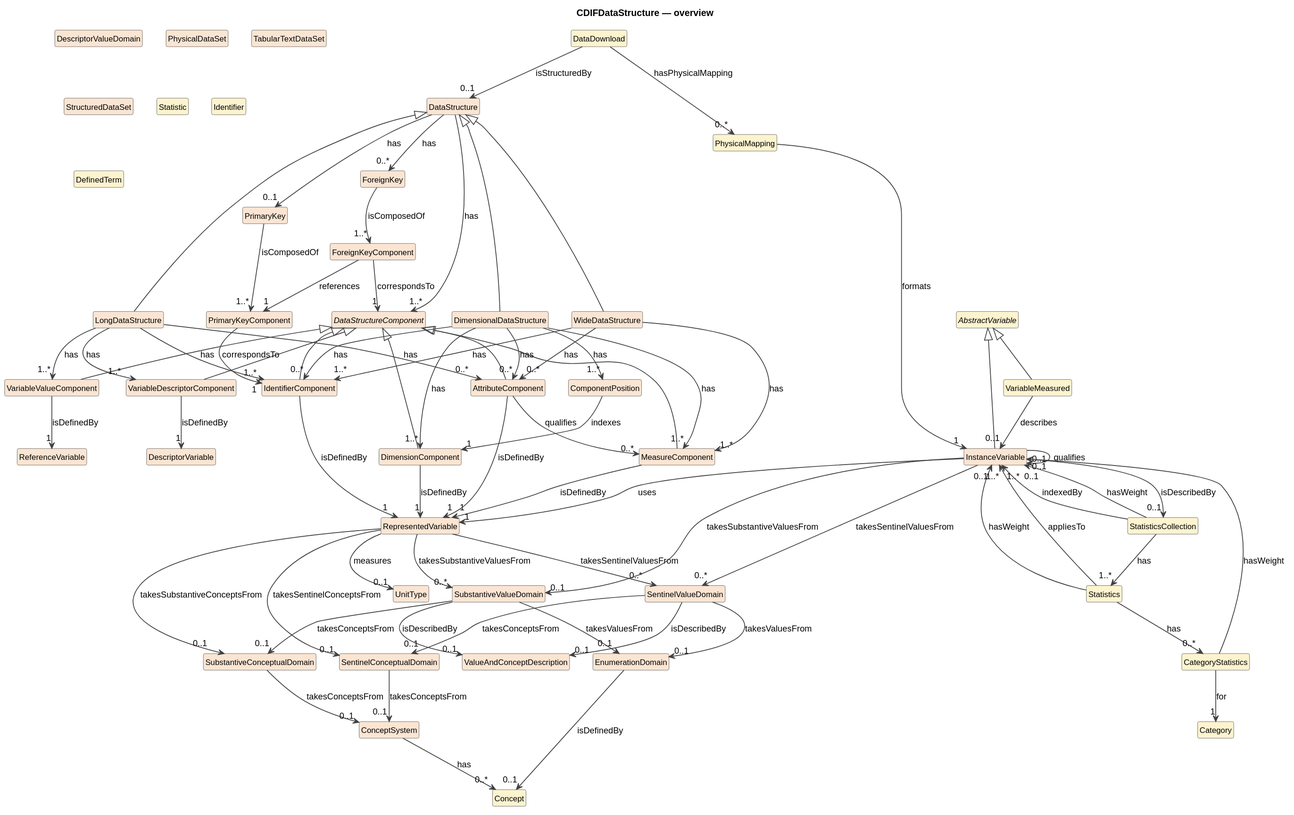
The PlantUML diagram cdif-uml-model/CDIFDataStructure/index.local.svg in Cross-Domain-Interoperability-Framework/metadataBuildingBlocks, before a commit. The source it was exported from:
```plantuml
@startuml
title CDIFDataStructure — overview
hide circle
hide empty members
skinparam shadowing false
skinparam ArrowThickness 1.2
skinparam class {
  ArrowColor #404040
  BorderColor #404040
  FontSize 12
}

class "DataStructure" as DataStructure #FAE5D3
class "WideDataStructure" as WideDataStructure #FAE5D3
class "LongDataStructure" as LongDataStructure #FAE5D3
class "DimensionalDataStructure" as DimensionalDataStructure #FAE5D3
abstract class "DataStructureComponent" as DataStructureComponent #FAE5D3
class "IdentifierComponent" as IdentifierComponent #FAE5D3
class "MeasureComponent" as MeasureComponent #FAE5D3
class "AttributeComponent" as AttributeComponent #FAE5D3
class "DimensionComponent" as DimensionComponent #FAE5D3
class "VariableValueComponent" as VariableValueComponent #FAE5D3
class "VariableDescriptorComponent" as VariableDescriptorComponent #FAE5D3
class "ComponentPosition" as ComponentPosition #FAE5D3
class "PrimaryKey" as PrimaryKey #FAE5D3
class "PrimaryKeyComponent" as PrimaryKeyComponent #FAE5D3
class "RepresentedVariable" as RepresentedVariable #FAE5D3
class "ReferenceVariable" as ReferenceVariable #FAE5D3
class "DescriptorVariable" as DescriptorVariable #FAE5D3
class "InstanceVariable" as InstanceVariable #FAE5D3
class "SubstantiveValueDomain" as SubstantiveValueDomain #FAE5D3
class "SentinelValueDomain" as SentinelValueDomain #FAE5D3
class "DescriptorValueDomain" as DescriptorValueDomain #FAE5D3
class "EnumerationDomain" as EnumerationDomain #FAE5D3
class "ForeignKey" as ForeignKey #FAE5D3
class "ForeignKeyComponent" as ForeignKeyComponent #FAE5D3
class "ConceptSystem" as ConceptSystem #FAE5D3
class "SubstantiveConceptualDomain" as SubstantiveConceptualDomain #FAE5D3
class "SentinelConceptualDomain" as SentinelConceptualDomain #FAE5D3
class "ValueAndConceptDescription" as ValueAndConceptDescription #FAE5D3
class "UnitType" as UnitType #FAE5D3
class "PhysicalDataSet" as PhysicalDataSet #FAE5D3
class "TabularTextDataSet" as TabularTextDataSet #FAE5D3
class "StructuredDataSet" as StructuredDataSet #FAE5D3
abstract class "AbstractVariable" as AbstractVariable #FCF3CF
class "VariableMeasured" as VariableMeasured #FCF3CF
class "DataDownload" as DataDownload #FCF3CF
class "Statistic" as Statistic #FCF3CF
class "Statistics" as Statistics #FCF3CF
class "CategoryStatistics" as CategoryStatistics #FCF3CF
class "StatisticsCollection" as StatisticsCollection #FCF3CF
class "Category" as Category #FCF3CF
class "PhysicalMapping" as PhysicalMapping #FCF3CF
class "Concept" as Concept #FCF3CF
class "Identifier" as Identifier #FCF3CF
class "DefinedTerm" as DefinedTerm #FCF3CF
DataStructure <|-- WideDataStructure
DataStructure <|-- LongDataStructure
DataStructure <|-- DimensionalDataStructure
DataStructureComponent <|-- IdentifierComponent
DataStructureComponent <|-- MeasureComponent
DataStructureComponent <|-- AttributeComponent
DataStructureComponent <|-- DimensionComponent
DataStructureComponent <|-- VariableValueComponent
DataStructureComponent <|-- VariableDescriptorComponent
AbstractVariable <|-- InstanceVariable
AbstractVariable <|-- VariableMeasured
DataStructure --> "1..*" DataStructureComponent : has
DataStructure --> "0..1" PrimaryKey : has
DataStructure --> "0..*" ForeignKey : has
WideDataStructure --> "1..*" IdentifierComponent : has
WideDataStructure --> "1..*" MeasureComponent : has
WideDataStructure --> "0..*" AttributeComponent : has
LongDataStructure --> "1..*" IdentifierComponent : has
LongDataStructure --> "1..*" VariableDescriptorComponent : has
LongDataStructure --> "1..*" VariableValueComponent : has
LongDataStructure --> "0..*" AttributeComponent : has
DimensionalDataStructure --> "0..*" IdentifierComponent : has
DimensionalDataStructure --> "1..*" DimensionComponent : has
DimensionalDataStructure --> "1..*" MeasureComponent : has
DimensionalDataStructure --> "0..*" AttributeComponent : has
DimensionalDataStructure --> "1..*" ComponentPosition : has
IdentifierComponent --> "1" RepresentedVariable : isDefinedBy
MeasureComponent --> "1" RepresentedVariable : isDefinedBy
AttributeComponent --> "1" RepresentedVariable : isDefinedBy
AttributeComponent --> "0..*" MeasureComponent : qualifies
DimensionComponent --> "1" RepresentedVariable : isDefinedBy
VariableValueComponent --> "1" ReferenceVariable : isDefinedBy
VariableDescriptorComponent --> "1" DescriptorVariable : isDefinedBy
ComponentPosition --> "1" DimensionComponent : indexes
PrimaryKey --> "1..*" PrimaryKeyComponent : isComposedOf
PrimaryKeyComponent --> "1" IdentifierComponent : correspondsTo
RepresentedVariable --> "0..*" SubstantiveValueDomain : takesSubstantiveValuesFrom
RepresentedVariable --> "0..*" SentinelValueDomain : takesSentinelValuesFrom
RepresentedVariable --> "0..1" UnitType : measures
RepresentedVariable --> "0..1" SubstantiveConceptualDomain : takesSubstantiveConceptsFrom
RepresentedVariable --> "0..1" SentinelConceptualDomain : takesSentinelConceptsFrom
InstanceVariable --> "1" RepresentedVariable : uses
InstanceVariable --> "0..1" StatisticsCollection : isDescribedBy
InstanceVariable --> "0..1" InstanceVariable : qualifies
InstanceVariable --> "0..1" SubstantiveValueDomain : takesSubstantiveValuesFrom
InstanceVariable --> "0..*" SentinelValueDomain : takesSentinelValuesFrom
SubstantiveValueDomain --> "0..1" SubstantiveConceptualDomain : takesConceptsFrom
SubstantiveValueDomain --> "0..1" ValueAndConceptDescription : isDescribedBy
SubstantiveValueDomain --> "0..1" EnumerationDomain : takesValuesFrom
SentinelValueDomain --> "0..1" SentinelConceptualDomain : takesConceptsFrom
SentinelValueDomain --> "0..1" ValueAndConceptDescription : isDescribedBy
SentinelValueDomain --> "0..1" EnumerationDomain : takesValuesFrom
EnumerationDomain --> "0..1" Concept : isDefinedBy
ForeignKey --> "1..*" ForeignKeyComponent : isComposedOf
ForeignKeyComponent --> "1" DataStructureComponent : correspondsTo
ForeignKeyComponent --> "1" PrimaryKeyComponent : references
ConceptSystem --> "0..*" Concept : has
SubstantiveConceptualDomain --> "0..1" ConceptSystem : takesConceptsFrom
SentinelConceptualDomain --> "0..1" ConceptSystem : takesConceptsFrom
VariableMeasured --> "0..1" InstanceVariable : describes
DataDownload --> "0..1" DataStructure : isStructuredBy
DataDownload --> "0..*" PhysicalMapping : hasPhysicalMapping
Statistics --> "1..*" InstanceVariable : appliesTo
Statistics --> "0..1" InstanceVariable : hasWeight
Statistics --> "0..*" CategoryStatistics : has
CategoryStatistics --> "1" Category : for
CategoryStatistics --> "0..1" InstanceVariable : hasWeight
StatisticsCollection --> "1..*" Statistics : has
StatisticsCollection --> "1..*" InstanceVariable : indexedBy
StatisticsCollection --> "0..1" InstanceVariable : hasWeight
PhysicalMapping --> "1" InstanceVariable : formats
@enduml
```
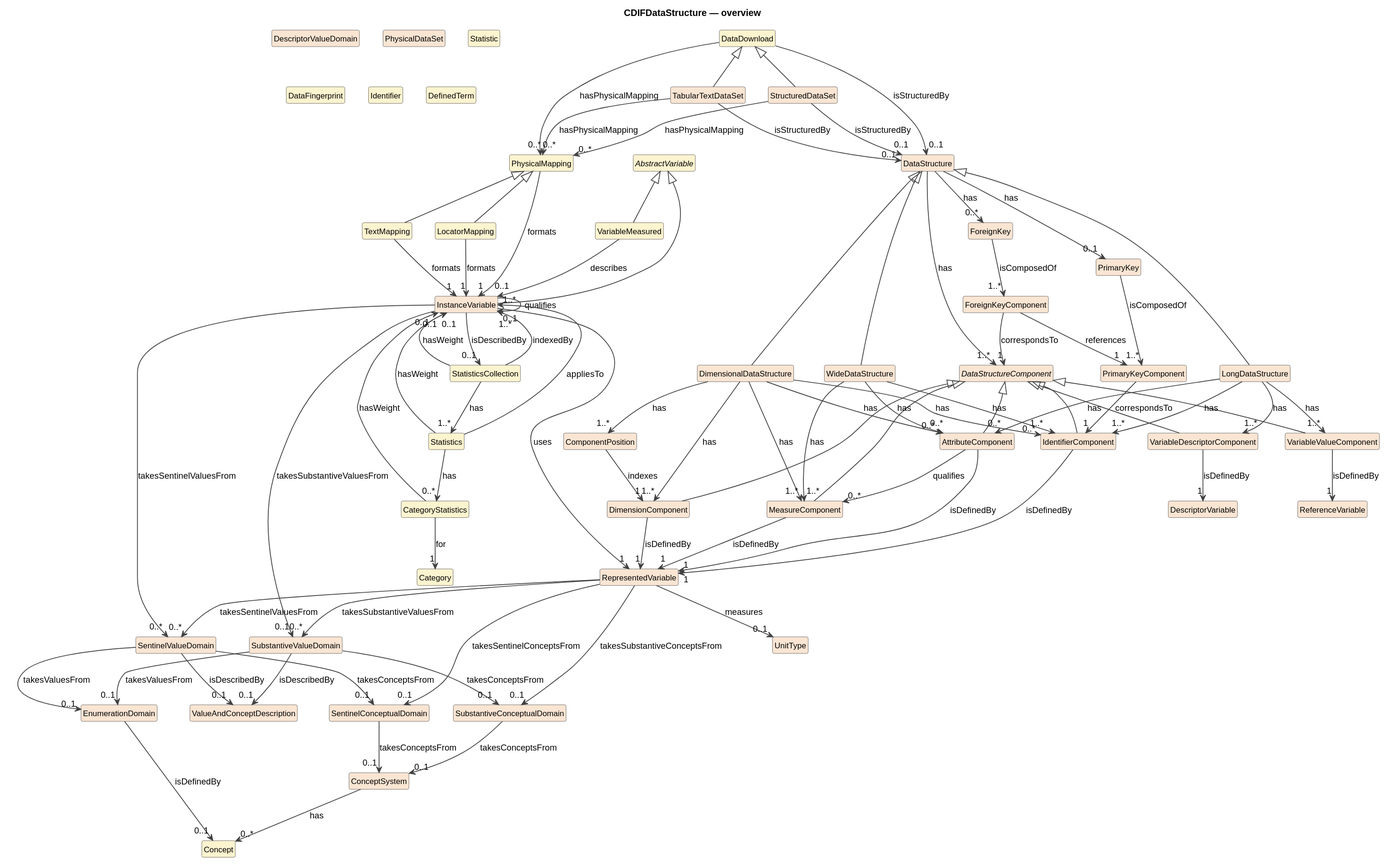
After the change.

What changed in the source:
```diff
@@ -51,6 +51,9 @@
 class "StatisticsCollection" as StatisticsCollection #FCF3CF
 class "Category" as Category #FCF3CF
 class "PhysicalMapping" as PhysicalMapping #FCF3CF
+class "TextMapping" as TextMapping #FCF3CF
+class "LocatorMapping" as LocatorMapping #FCF3CF
+class "DataFingerprint" as DataFingerprint #FCF3CF
 class "Concept" as Concept #FCF3CF
 class "Identifier" as Identifier #FCF3CF
 class "DefinedTerm" as DefinedTerm #FCF3CF
@@ -64,7 +67,11 @@
 DataStructureComponent <|-- VariableValueComponent
 DataStructureComponent <|-- VariableDescriptorComponent
 AbstractVariable <|-- InstanceVariable
+DataDownload <|-- TabularTextDataSet
+DataDownload <|-- StructuredDataSet
 AbstractVariable <|-- VariableMeasured
+PhysicalMapping <|-- TextMapping
+PhysicalMapping <|-- LocatorMapping
 DataStructure --> "1..*" DataStructureComponent : has
 DataStructure --> "0..1" PrimaryKey : has
 DataStructure --> "0..*" ForeignKey : has
@@ -113,6 +120,10 @@
 ConceptSystem --> "0..*" Concept : has
 SubstantiveConceptualDomain --> "0..1" ConceptSystem : takesConceptsFrom
 SentinelConceptualDomain --> "0..1" ConceptSystem : takesConceptsFrom
+TabularTextDataSet --> "0..1" DataStructure : isStructuredBy
+TabularTextDataSet --> "0..*" PhysicalMapping : hasPhysicalMapping
+StructuredDataSet --> "0..1" DataStructure : isStructuredBy
+StructuredDataSet --> "0..*" PhysicalMapping : hasPhysicalMapping
 VariableMeasured --> "0..1" InstanceVariable : describes
 DataDownload --> "0..1" DataStructure : isStructuredBy
 DataDownload --> "0..*" PhysicalMapping : hasPhysicalMapping
@@ -125,4 +136,6 @@
 StatisticsCollection --> "1..*" InstanceVariable : indexedBy
 StatisticsCollection --> "0..1" InstanceVariable : hasWeight
 PhysicalMapping --> "1" InstanceVariable : formats
+TextMapping --> "1" InstanceVariable : formats
+LocatorMapping --> "1" InstanceVariable : formats
 @enduml
```
